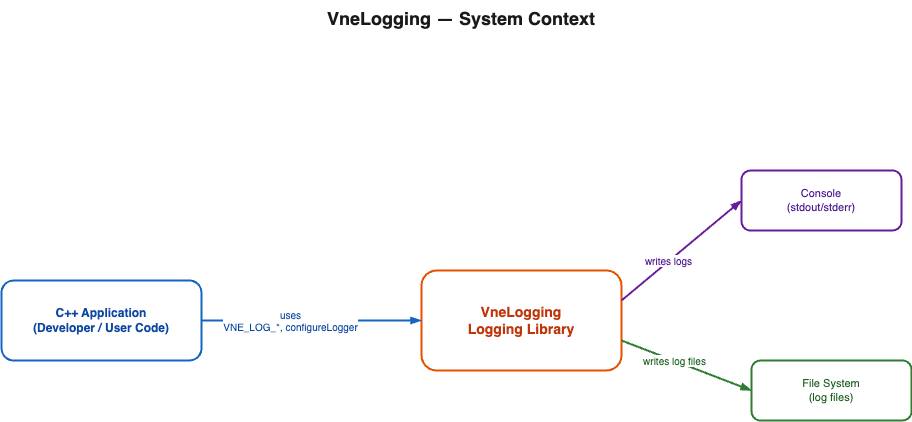
This is docs/vertexnova/logging/diagrams/context.png from vertexnova/vnelogging, a draw.io export, as it was before one commit. Source tidied: cells renumbered, new cells last; positions are measured from the earlier drawing's top-left corner, leaving out a move shared by most shapes. The source it was exported from:
```xml
<mxGraphModel>
  <root>
    <mxCell id="0" />
    <mxCell id="1" parent="0" />
    <mxCell id="2" value="C++ Application&#10;(Developer / User Code)" style="rounded=1;whiteSpace=wrap;html=1;fillColor=#ffffff;strokeColor=#1565c0;strokeWidth=2;fontStyle=1;fontSize=12;fontColor=#0d47a1;" parent="1" vertex="1">
      <mxGeometry y="280" width="200" height="80" as="geometry" />
    </mxCell>
    <mxCell id="3" value="VneLogging&#10;Logging Library" style="rounded=1;whiteSpace=wrap;html=1;fillColor=#ffffff;strokeColor=#e65100;strokeWidth=2;fontStyle=1;fontSize=14;fontColor=#bf360c;" parent="1" vertex="1">
      <mxGeometry x="420" y="270" width="200" height="100" as="geometry" />
    </mxCell>
    <mxCell id="4" value="Console&#10;(stdout/stderr)" style="rounded=1;whiteSpace=wrap;html=1;fillColor=#ffffff;strokeColor=#6a1b9a;strokeWidth=2;fontSize=11;fontColor=#4a148c;" parent="1" vertex="1">
      <mxGeometry x="740" y="170" width="160" height="60" as="geometry" />
    </mxCell>
    <mxCell id="5" value="File System&#10;(log files)" style="rounded=1;whiteSpace=wrap;html=1;fillColor=#ffffff;strokeColor=#2e7d32;strokeWidth=2;fontSize=11;fontColor=#1b5e20;" parent="1" vertex="1">
      <mxGeometry x="750" y="360" width="160" height="60" as="geometry" />
    </mxCell>
    <mxCell id="6" style="endArrow=blockThin;endFill=1;html=1;strokeWidth=2;strokeColor=#1565c0;exitX=1;exitY=0.5;exitDx=0;exitDy=0;entryX=0;entryY=0.5;entryDx=0;entryDy=0;" parent="1" edge="1" source="2" target="3">
      <mxGeometry relative="1" as="geometry" />
    </mxCell>
    <mxCell id="7" value="uses&#10;VNE_LOG_*, configureLogger" style="edgeLabel;html=1;align=center;verticalAlign=middle;fontSize=10;fontColor=#0d47a1;backgroundColor=#ffffff;" parent="6" vertex="1">
      <mxGeometry x="-0.2" y="1" relative="1" as="geometry" />
    </mxCell>
    <mxCell id="8" style="endArrow=blockThin;endFill=1;html=1;strokeWidth=2;strokeColor=#6a1b9a;exitX=1;exitY=0.3;exitDx=0;exitDy=0;entryX=0;entryY=0.5;entryDx=0;entryDy=0;" parent="1" edge="1" source="3" target="4">
      <mxGeometry relative="1" as="geometry" />
    </mxCell>
    <mxCell id="9" value="writes logs" style="edgeLabel;html=1;align=center;verticalAlign=middle;fontSize=10;fontColor=#4a148c;backgroundColor=#ffffff;" parent="8" vertex="1">
      <mxGeometry x="-0.2" y="1" relative="1" as="geometry" />
    </mxCell>
    <mxCell id="10" style="endArrow=blockThin;endFill=1;html=1;strokeWidth=2;strokeColor=#2e7d32;exitX=1;exitY=0.7;exitDx=0;exitDy=0;entryX=0;entryY=0.5;entryDx=0;entryDy=0;" parent="1" edge="1" source="3" target="5">
      <mxGeometry relative="1" as="geometry" />
    </mxCell>
    <mxCell id="11" value="writes log files" style="edgeLabel;html=1;align=center;verticalAlign=middle;fontSize=10;fontColor=#1b5e20;backgroundColor=#ffffff;" parent="10" vertex="1">
      <mxGeometry x="-0.2" y="1" relative="1" as="geometry" />
    </mxCell>
    <mxCell id="12" value="VneLogging — System Context" style="text;html=1;strokeColor=none;fillColor=none;align=center;verticalAlign=middle;whiteSpace=wrap;rounded=0;fontSize=18;fontStyle=1;fontColor=#1a1a1a;" parent="1" vertex="1">
      <mxGeometry x="280" width="360" height="36" as="geometry" />
    </mxCell>
  </root>
</mxGraphModel>
```
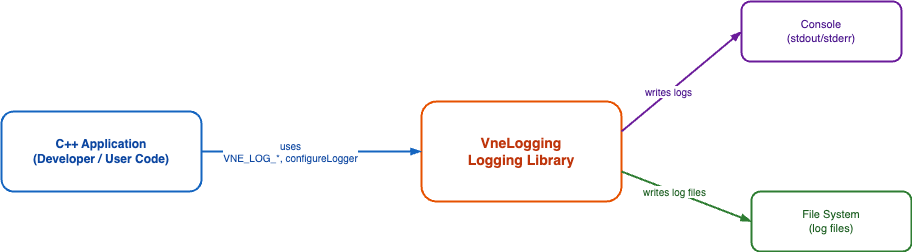
Above is the later version.

What changed in the source:
```diff
@@ -32,8 +32,5 @@
     <mxCell id="11" value="writes log files" style="edgeLabel;html=1;align=center;verticalAlign=middle;fontSize=10;fontColor=#1b5e20;backgroundColor=#ffffff;" parent="10" vertex="1">
       <mxGeometry x="-0.2" y="1" relative="1" as="geometry" />
     </mxCell>
-    <mxCell id="12" value="VneLogging — System Context" style="text;html=1;strokeColor=none;fillColor=none;align=center;verticalAlign=middle;whiteSpace=wrap;rounded=0;fontSize=18;fontStyle=1;fontColor=#1a1a1a;" parent="1" vertex="1">
-      <mxGeometry x="280" width="360" height="36" as="geometry" />
-    </mxCell>
   </root>
 </mxGraphModel>
```
